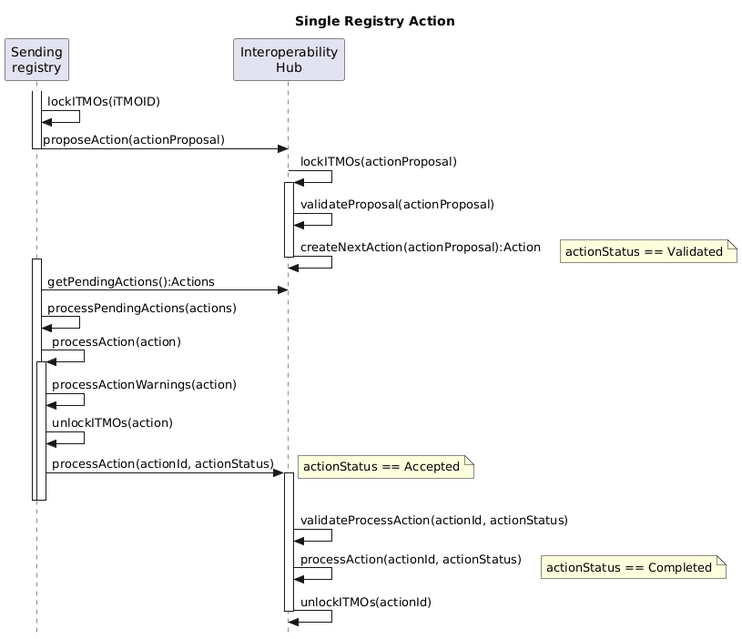
frankcnng/CARP keeps this PlantUML diagram as diagrams/Single Registry Action.png. Above is the earlier version.
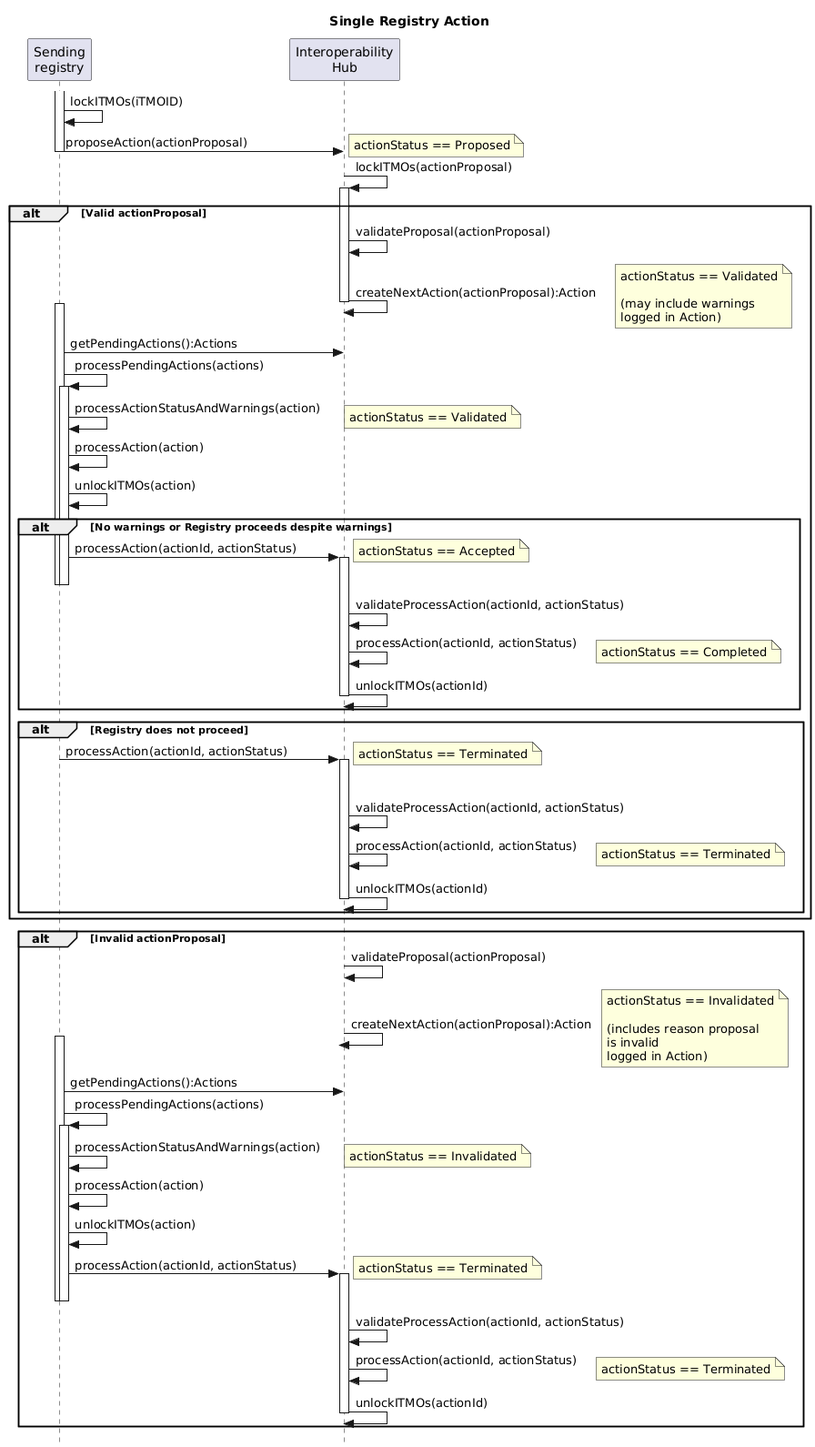
Above is the later version.

Commit message:
Commit from GitHub Actions (Run linters and build artifacts)

What changed in the source:
```diff
@@ -10,29 +10,83 @@
 activate Sender
 Sender -> Sender: lockITMOs(iTMOID)
 Sender -> Hub : proposeAction(actionProposal)
+note right: actionStatus == Proposed
 deactivate Sender
 
 Hub -> Hub++: lockITMOs(actionProposal)
-Hub -> Hub: validateProposal(actionProposal)
-Hub -> Hub--: createNextAction(actionProposal):Action
-note right: actionStatus == Validated
 
-activate Sender
-Sender -> Hub : getPendingActions():Actions
+alt Valid actionProposal
 
-Sender -> Sender: processPendingActions(actions)
+  Hub -> Hub: validateProposal(actionProposal)
+  Hub -> Hub--: createNextAction(actionProposal):Action
+  note right: actionStatus == Validated\n\n(may include warnings\nlogged in Action)
 
-Sender -> Sender: processAction(action)
-activate Sender
-Sender -> Sender: processActionWarnings(action)
-Sender -> Sender: unlockITMOs(action)
-Sender -> Hub++: processAction(actionId, actionStatus)
-note right: actionStatus == Accepted
-deactivate Sender
-deactivate Sender
-Hub -> Hub: validateProcessAction(actionId, actionStatus)
-Hub -> Hub: processAction(actionId, actionStatus)
-note right: actionStatus == Completed
-Hub -> Hub--: unlockITMOs(actionId)
+  activate Sender
+  Sender -> Hub : getPendingActions():Actions
+
+  Sender -> Sender: processPendingActions(actions)
+  activate Sender
+  Sender -> Sender: processActionStatusAndWarnings(action)
+  note right: actionStatus == Validated
+  Sender -> Sender: processAction(action)
+  Sender -> Sender: unlockITMOs(action)
+
+  alt No warnings or Registry proceeds despite warnings
+
+    Sender -> Hub++: processAction(actionId, actionStatus)
+    note right: actionStatus == Accepted
+    deactivate Sender
+    deactivate Sender
+    Hub -> Hub: validateProcessAction(actionId, actionStatus)
+    Hub -> Hub: processAction(actionId, actionStatus)
+    note right: actionStatus == Completed
+    Hub -> Hub--: unlockITMOs(actionId)
+
+  end
+
+  alt Registry does not proceed
+
+    activate Sender
+    activate Sender
+    Sender -> Hub++: processAction(actionId, actionStatus)
+    note right: actionStatus == Terminated
+    deactivate Sender
+    deactivate Sender
+    Hub -> Hub: validateProcessAction(actionId, actionStatus)
+    Hub -> Hub: processAction(actionId, actionStatus)
+    note right: actionStatus == Terminated
+    Hub -> Hub--: unlockITMOs(actionId)
+
+  end
+end
+
+alt Invalid actionProposal
+
+  Hub -> Hub: validateProposal(actionProposal)
+  Hub -> Hub--: createNextAction(actionProposal):Action
+  note right: actionStatus == Invalidated\n\n(includes reason proposal\nis invalid\nlogged in Action)
+
+  activate Sender
+  Sender -> Hub : getPendingActions():Actions
+
+  Sender -> Sender: processPendingActions(actions)
+  activate Sender
+  Sender -> Sender: processActionStatusAndWarnings(action)
+  note right: actionStatus == Invalidated
+
+  Sender -> Sender: processAction(action)
+  Sender -> Sender: unlockITMOs(action)
+
+    Sender -> Hub++: processAction(actionId, actionStatus)
+    note right: actionStatus == Terminated
+    deactivate Sender
+    deactivate Sender
+    Hub -> Hub: validateProcessAction(actionId, actionStatus)
+    Hub -> Hub: processAction(actionId, actionStatus)
+    note right: actionStatus == Terminated
+    Hub -> Hub--: unlockITMOs(actionId)
+
+end
+
 
 @enduml
```
